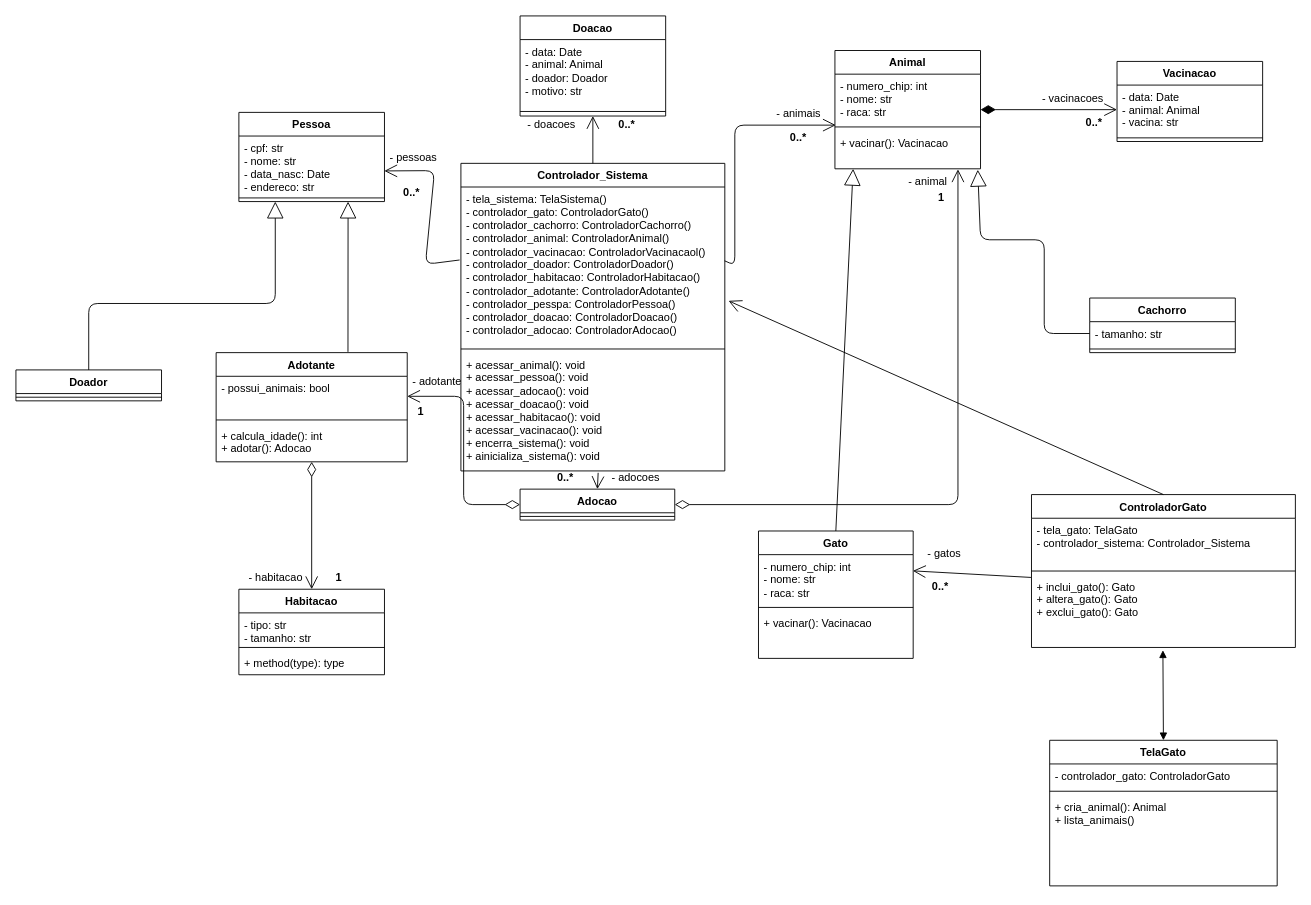
The draw.io diagram AdoçõesONG(Classes).drawio in ChrisBarlera/Trabalho-DSOO1, before the edit. Source tidied: cells renumbered, new cells numbered last; positions are measured from the earlier drawing's top-left corner, leaving out a move shared by most shapes. Both pictures are drawn from the tidied source at 91%, with x=0, y=0 at pixel (15, 15).
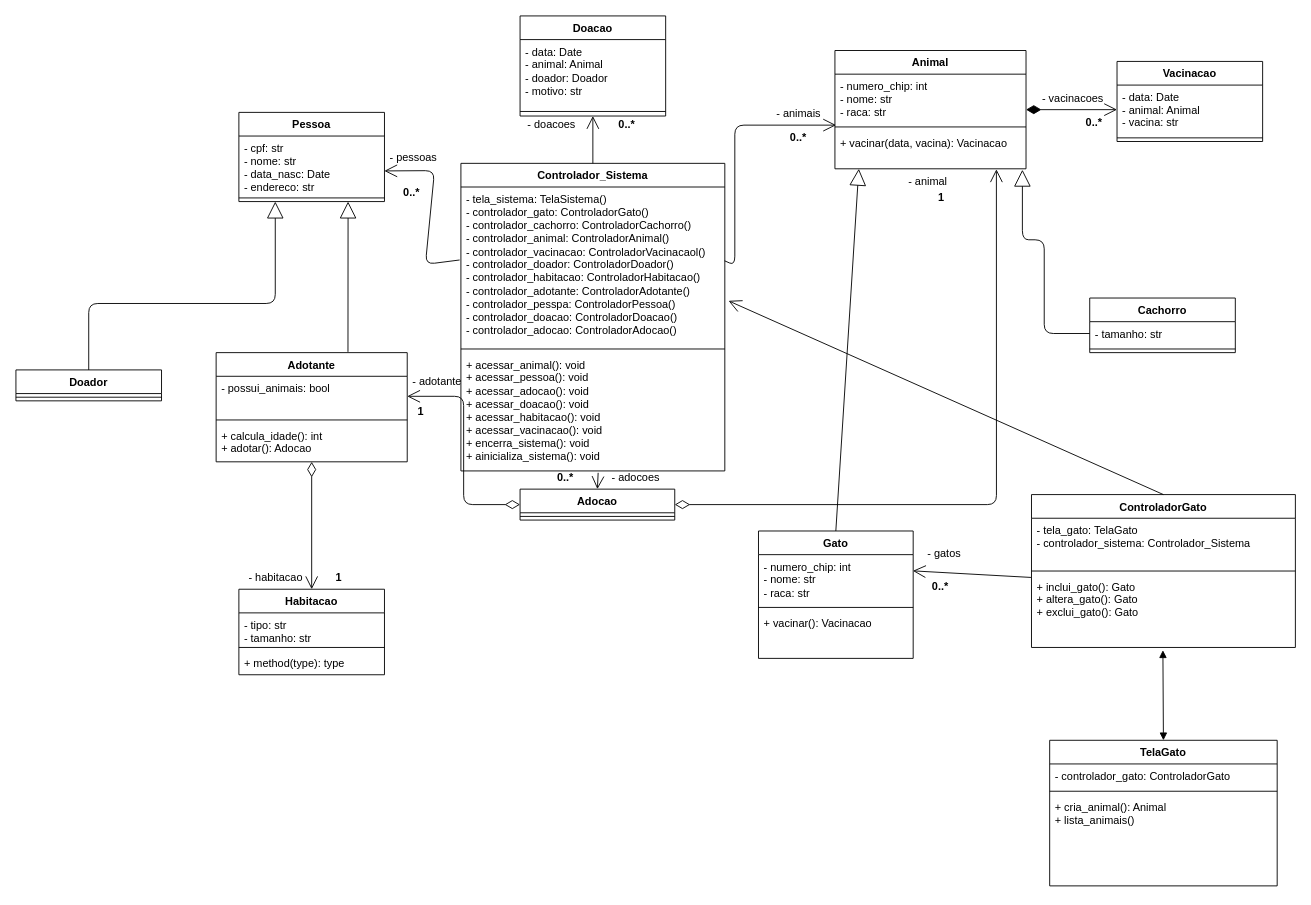
The same page after the edit.

Unchanged cells that the change refers to:
```xml
<mxCell id="19" value="- tamanho: str" style="text;strokeColor=none;fillColor=none;align=left;verticalAlign=top;spacingLeft=4;spacingRight=4;overflow=hidden;points=[[0,0.5],[1,0.5]];portConstraint=eastwest;" parent="18" vertex="1">
  <mxGeometry y="26" width="160" height="26" as="geometry" />
</mxCell>
```

The edit, as a diff of the source:
```diff
@@
     <mxCell id="14" value="Animal" style="swimlane;fontStyle=1;align=center;verticalAlign=top;horizontal=1;startSize=26;whiteSpace=wrap;html=1;" parent="1" vertex="1">
-      <mxGeometry x="900" y="38" width="160" height="130" as="geometry" />
+      <mxGeometry x="900" y="38" width="210" height="130" as="geometry" />
     </mxCell>
     <mxCell id="15" value="- numero_chip: int&lt;br&gt;- nome: str&lt;br&gt;&lt;div&gt;- raca: str&lt;br&gt;&lt;/div&gt;" style="text;strokeColor=none;fillColor=none;align=left;verticalAlign=top;spacingLeft=4;spacingRight=4;overflow=hidden;points=[[0,0.5],[1,0.5]];portConstraint=eastwest;whiteSpace=wrap;html=1;" parent="14" vertex="1">
-      <mxGeometry y="26" width="160" height="54" as="geometry" />
+      <mxGeometry y="26" width="210" height="54" as="geometry" />
     </mxCell>
     <mxCell id="16" style="line;strokeWidth=1;fillColor=none;align=left;verticalAlign=middle;spacingTop=-1;spacingLeft=3;spacingRight=3;labelPosition=right;strokeColor=inherit;" parent="14" vertex="1">
-      <mxGeometry y="80" width="160" height="8" as="geometry" />
+      <mxGeometry y="80" width="210" height="8" as="geometry" />
     </mxCell>
-    <mxCell id="17" value="+ vacinar(): Vacinacao" style="text;strokeColor=none;fillColor=none;align=left;verticalAlign=top;spacingLeft=4;spacingRight=4;overflow=hidden;points=[[0,0.5],[1,0.5]];portConstraint=eastwest;whiteSpace=wrap;html=1;" parent="14" vertex="1">
-      <mxGeometry y="88" width="160" height="42" as="geometry" />
+    <mxCell id="17" value="+ vacinar(data, vacina): Vacinacao" style="text;strokeColor=none;fillColor=none;align=left;verticalAlign=top;spacingLeft=4;spacingRight=4;overflow=hidden;points=[[0,0.5],[1,0.5]];portConstraint=eastwest;whiteSpace=wrap;html=1;" parent="14" vertex="1">
+      <mxGeometry y="88" width="210" height="42" as="geometry" />
     </mxCell>
@@
     <mxCell id="22" style="endArrow=block;endSize=16;endFill=0;html=1;exitX=0;exitY=0.5;exitDx=0;exitDy=0;entryX=0.981;entryY=1.024;entryDx=0;entryDy=0;entryPerimeter=0;" parent="1" edge="1" source="19" target="17">
       <mxGeometry relative="1" as="geometry">
         <Array as="points">
           <mxPoint x="1130" y="349" />
           <mxPoint x="1130" y="246" />
-          <mxPoint x="1060" y="246" />
+          <mxPoint x="1106" y="246" />
         </Array>
       </mxGeometry>
     </mxCell>
```
